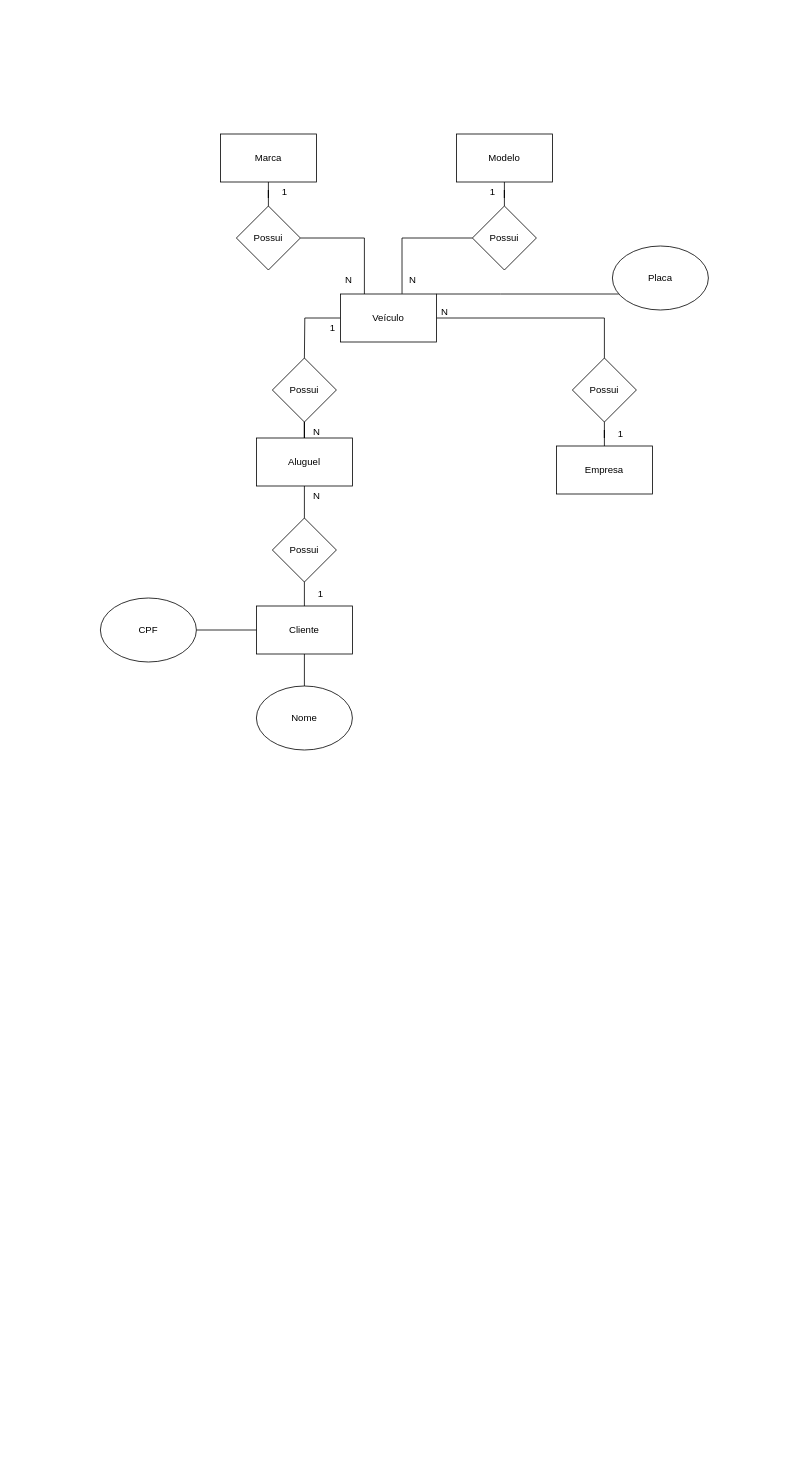
Above: BancoDeDados/Aula3-24-07-Atividade-ModeloEntidadeRelacionamento/1.2-exercicio-locadora/Atividade-02.drawio in AllanR1991/Senai-2SM (draw.io), before the change. Source tidied: cells renumbered, new cells numbered last; positions are measured from the earlier drawing's top-left corner, leaving out a move shared by most shapes. Both pictures are drawn from the tidied source at 80%, with x=0, y=0 at pixel (100, 134).
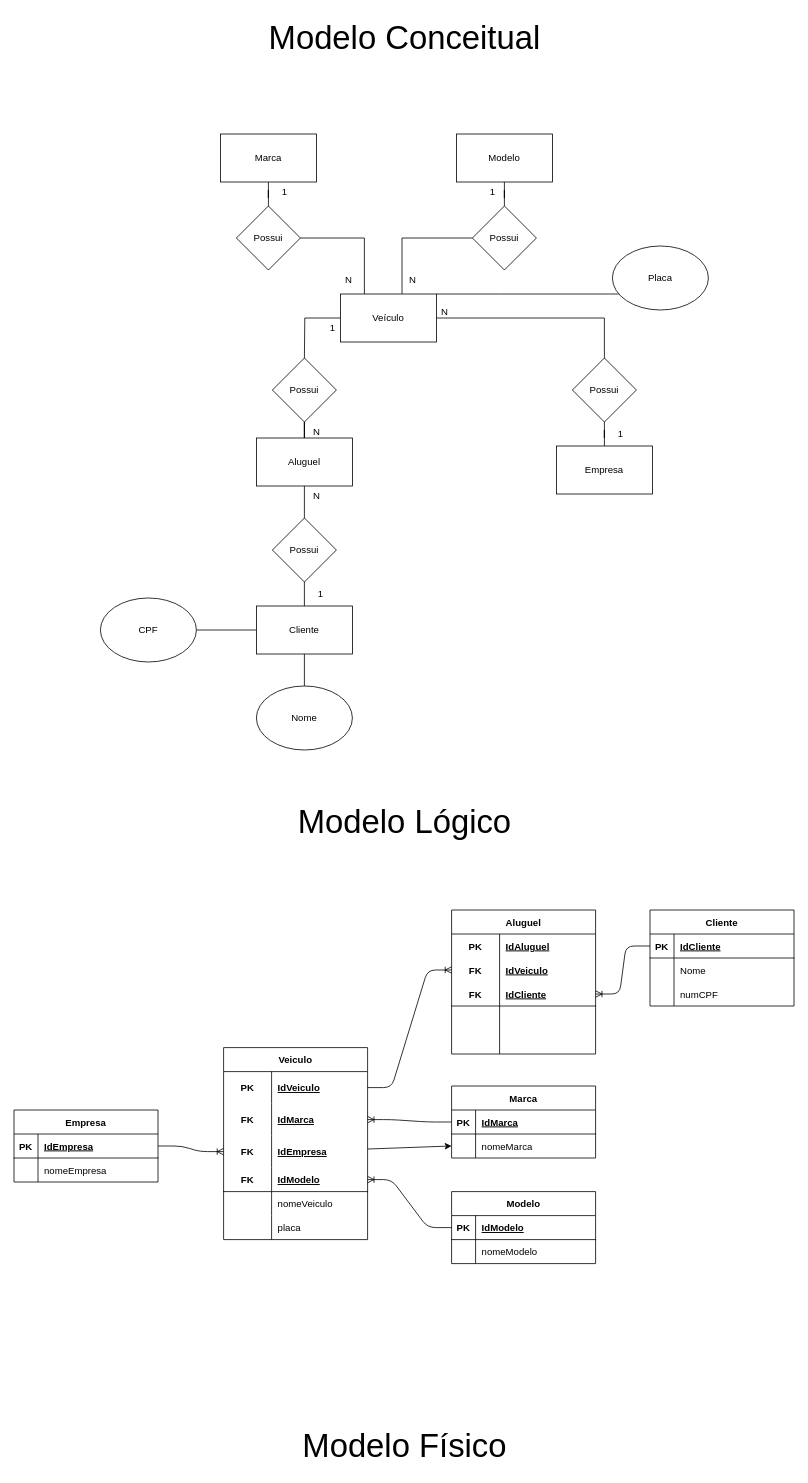
After the change.

Commit message (it also covers changes not shown here):
Inserindo Modelo logico e fisico

The edit, as a diff of the source:
```diff
@@
+    <mxCell id="39" value="Modelo Conceitual" style="text;html=1;align=center;verticalAlign=middle;strokeColor=none;fillColor=none;fontSize=41;" parent="1" vertex="1">
+      <mxGeometry x="200" y="-150" width="360" height="60" as="geometry" />
+    </mxCell>
+    <mxCell id="40" value="Modelo Lógico" style="text;html=1;align=center;verticalAlign=middle;strokeColor=none;fillColor=none;fontSize=41;" parent="1" vertex="1">
+      <mxGeometry x="235" y="830" width="290" height="60" as="geometry" />
+    </mxCell>
+    <mxCell id="41" value="Modelo Físico" style="text;html=1;align=center;verticalAlign=middle;strokeColor=none;fillColor=none;fontSize=41;" parent="1" vertex="1">
+      <mxGeometry x="240" y="1610" width="280" height="60" as="geometry" />
+    </mxCell>
+    <mxCell id="42" value="Cliente" style="shape=table;startSize=30;childLayout=tableLayout;rowLines=0;fontStyle=1;align=center;" parent="1" vertex="1">
+      <mxGeometry x="687" y="970" width="180" height="120" as="geometry" />
+    </mxCell>
+    <mxCell id="43" style="shape=tableRow;horizontal=0;startSize=0;swimlaneHead=0;swimlaneBody=0;fillColor=none;points=[[0,0.5],[1,0.5]];portConstraint=eastwest;top=0;left=0;right=0;bottom=1;" parent="42" vertex="1">
+      <mxGeometry y="30" width="180" height="30" as="geometry" />
+    </mxCell>
+    <mxCell id="44" value="PK" style="shape=partialRectangle;fillColor=none;top=0;left=0;bottom=0;right=0;fontStyle=1;overflow=hidden;" parent="43" vertex="1">
+      <mxGeometry width="30" height="30" as="geometry" />
+    </mxCell>
+    <mxCell id="45" value="IdCliente" style="shape=partialRectangle;fillColor=none;top=0;left=0;bottom=0;right=0;align=left;spacingLeft=6;fontStyle=5;overflow=hidden;" parent="43" vertex="1">
+      <mxGeometry x="30" width="150" height="30" as="geometry" />
+    </mxCell>
+    <mxCell id="46" style="shape=tableRow;horizontal=0;startSize=0;swimlaneHead=0;swimlaneBody=0;fillColor=none;top=0;left=0;right=0;bottom=0;" parent="42" vertex="1">
+      <mxGeometry y="60" width="180" height="30" as="geometry" />
+    </mxCell>
+    <mxCell id="47" style="shape=partialRectangle;fillColor=none;top=0;left=0;bottom=0;right=0;overflow=hidden;" parent="46" vertex="1">
+      <mxGeometry width="30" height="30" as="geometry" />
+    </mxCell>
+    <mxCell id="48" value="Nome" style="shape=partialRectangle;fillColor=none;top=0;left=0;bottom=0;right=0;align=left;spacingLeft=6;overflow=hidden;" parent="46" vertex="1">
+      <mxGeometry x="30" width="150" height="30" as="geometry" />
+    </mxCell>
+    <mxCell id="49" style="shape=tableRow;horizontal=0;startSize=0;swimlaneHead=0;swimlaneBody=0;fillColor=none;top=0;left=0;right=0;bottom=0;" parent="42" vertex="1">
+      <mxGeometry y="90" width="180" height="30" as="geometry" />
+    </mxCell>
+    <mxCell id="50" style="shape=partialRectangle;fillColor=none;top=0;left=0;bottom=0;right=0;overflow=hidden;" parent="49" vertex="1">
+      <mxGeometry width="30" height="30" as="geometry" />
+    </mxCell>
+    <mxCell id="51" value="numCPF" style="shape=partialRectangle;fillColor=none;top=0;left=0;bottom=0;right=0;align=left;spacingLeft=6;overflow=hidden;" parent="49" vertex="1">
+      <mxGeometry x="30" width="150" height="30" as="geometry" />
+    </mxCell>
+    <mxCell id="52" value="Marca" style="shape=table;startSize=30;childLayout=tableLayout;rowLines=0;fontStyle=1;align=center;" parent="1" vertex="1">
+      <mxGeometry x="439" y="1190" width="180" height="90" as="geometry" />
+    </mxCell>
+    <mxCell id="53" style="shape=tableRow;horizontal=0;startSize=0;swimlaneHead=0;swimlaneBody=0;fillColor=none;points=[[0,0.5],[1,0.5]];portConstraint=eastwest;top=0;left=0;right=0;bottom=1;" parent="52" vertex="1">
+      <mxGeometry y="30" width="180" height="30" as="geometry" />
+    </mxCell>
+    <mxCell id="54" value="PK" style="shape=partialRectangle;fillColor=none;top=0;left=0;bottom=0;right=0;fontStyle=1;overflow=hidden;" parent="53" vertex="1">
+      <mxGeometry width="30" height="30" as="geometry" />
+    </mxCell>
+    <mxCell id="55" value="IdMarca" style="shape=partialRectangle;fillColor=none;top=0;left=0;bottom=0;right=0;align=left;spacingLeft=6;fontStyle=5;overflow=hidden;" parent="53" vertex="1">
+      <mxGeometry x="30" width="150" height="30" as="geometry" />
+    </mxCell>
+    <mxCell id="56" style="shape=tableRow;horizontal=0;startSize=0;swimlaneHead=0;swimlaneBody=0;fillColor=none;points=[[0,0.5],[1,0.5]];portConstraint=eastwest;top=0;left=0;right=0;bottom=0;" parent="52" vertex="1">
+      <mxGeometry y="60" width="180" height="30" as="geometry" />
+    </mxCell>
+    <mxCell id="57" style="shape=partialRectangle;fillColor=none;top=0;left=0;bottom=0;right=0;overflow=hidden;" parent="56" vertex="1">
+      <mxGeometry width="30" height="30" as="geometry" />
+    </mxCell>
+    <mxCell id="58" value="nomeMarca" style="shape=partialRectangle;fillColor=none;top=0;left=0;bottom=0;right=0;align=left;spacingLeft=6;overflow=hidden;" parent="56" vertex="1">
+      <mxGeometry x="30" width="150" height="30" as="geometry" />
+    </mxCell>
+    <mxCell id="59" value="Modelo" style="shape=table;startSize=30;childLayout=tableLayout;rowLines=0;fontStyle=1;align=center;" parent="1" vertex="1">
+      <mxGeometry x="439" y="1322" width="180" height="90" as="geometry" />
+    </mxCell>
+    <mxCell id="60" style="shape=tableRow;horizontal=0;startSize=0;swimlaneHead=0;swimlaneBody=0;fillColor=none;points=[[0,0.5],[1,0.5]];portConstraint=eastwest;top=0;left=0;right=0;bottom=1;" parent="59" vertex="1">
+      <mxGeometry y="30" width="180" height="30" as="geometry" />
+    </mxCell>
+    <mxCell id="61" value="PK" style="shape=partialRectangle;fillColor=none;top=0;left=0;bottom=0;right=0;fontStyle=1;overflow=hidden;" parent="60" vertex="1">
+      <mxGeometry width="30" height="30" as="geometry" />
+    </mxCell>
+    <mxCell id="62" value="IdModelo" style="shape=partialRectangle;fillColor=none;top=0;left=0;bottom=0;right=0;align=left;spacingLeft=6;fontStyle=5;overflow=hidden;" parent="60" vertex="1">
+      <mxGeometry x="30" width="150" height="30" as="geometry" />
+    </mxCell>
+    <mxCell id="63" style="shape=tableRow;horizontal=0;startSize=0;swimlaneHead=0;swimlaneBody=0;fillColor=none;top=0;left=0;right=0;bottom=0;" parent="59" vertex="1">
+      <mxGeometry y="60" width="180" height="30" as="geometry" />
+    </mxCell>
+    <mxCell id="64" style="shape=partialRectangle;fillColor=none;top=0;left=0;bottom=0;right=0;overflow=hidden;" parent="63" vertex="1">
+      <mxGeometry width="30" height="30" as="geometry" />
+    </mxCell>
+    <mxCell id="65" value="nomeModelo" style="shape=partialRectangle;fillColor=none;top=0;left=0;bottom=0;right=0;align=left;spacingLeft=6;overflow=hidden;" parent="63" vertex="1">
+      <mxGeometry x="30" width="150" height="30" as="geometry" />
+    </mxCell>
+    <mxCell id="66" value="Veiculo" style="shape=table;startSize=30;childLayout=tableLayout;rowLines=0;fontStyle=1;align=center;" parent="1" vertex="1">
+      <mxGeometry x="154" y="1142" width="180" height="240" as="geometry" />
+    </mxCell>
+    <mxCell id="67" style="shape=tableRow;horizontal=0;startSize=0;swimlaneHead=0;swimlaneBody=0;fillColor=none;points=[[0,0.5],[1,0.5]];portConstraint=eastwest;top=0;left=0;right=0;bottom=0;" parent="66" vertex="1">
+      <mxGeometry y="30" width="180" height="40" as="geometry" />
+    </mxCell>
+    <mxCell id="68" value="PK" style="shape=partialRectangle;fillColor=none;top=0;left=0;bottom=0;right=0;fontStyle=1;overflow=hidden;" parent="67" vertex="1">
+      <mxGeometry width="60" height="40" as="geometry" />
+    </mxCell>
+    <mxCell id="69" value="IdVeiculo" style="shape=partialRectangle;fillColor=none;top=0;left=0;bottom=0;right=0;align=left;spacingLeft=6;fontStyle=5;overflow=hidden;" parent="67" vertex="1">
+      <mxGeometry x="60" width="120" height="40" as="geometry" />
+    </mxCell>
+    <mxCell id="70" style="shape=tableRow;horizontal=0;startSize=0;swimlaneHead=0;swimlaneBody=0;fillColor=none;points=[[0,0.5],[1,0.5]];portConstraint=eastwest;top=0;left=0;right=0;bottom=0;" parent="66" vertex="1">
+      <mxGeometry y="70" width="180" height="40" as="geometry" />
+    </mxCell>
+    <mxCell id="71" value="FK" style="shape=partialRectangle;fillColor=none;top=0;left=0;bottom=0;right=0;fontStyle=1;overflow=hidden;" parent="70" vertex="1">
+      <mxGeometry width="60" height="40" as="geometry" />
+    </mxCell>
+    <mxCell id="72" value="IdMarca" style="shape=partialRectangle;fillColor=none;top=0;left=0;bottom=0;right=0;align=left;spacingLeft=6;fontStyle=5;overflow=hidden;" parent="70" vertex="1">
+      <mxGeometry x="60" width="120" height="40" as="geometry" />
+    </mxCell>
+    <mxCell id="73" style="shape=tableRow;horizontal=0;startSize=0;swimlaneHead=0;swimlaneBody=0;fillColor=none;points=[[0,0.5],[1,0.5]];portConstraint=eastwest;top=0;left=0;right=0;bottom=0;" parent="66" vertex="1">
+      <mxGeometry y="110" width="180" height="40" as="geometry" />
+    </mxCell>
+    <mxCell id="74" value="FK" style="shape=partialRectangle;fillColor=none;top=0;left=0;bottom=0;right=0;fontStyle=1;overflow=hidden;" parent="73" vertex="1">
+      <mxGeometry width="60" height="40" as="geometry" />
+    </mxCell>
+    <mxCell id="75" value="IdEmpresa" style="shape=partialRectangle;fillColor=none;top=0;left=0;bottom=0;right=0;align=left;spacingLeft=6;fontStyle=5;overflow=hidden;" parent="73" vertex="1">
+      <mxGeometry x="60" width="120" height="40" as="geometry" />
+    </mxCell>
+    <mxCell id="76" style="shape=tableRow;horizontal=0;startSize=0;swimlaneHead=0;swimlaneBody=0;fillColor=none;points=[[0,0.5],[1,0.5]];portConstraint=eastwest;top=0;left=0;right=0;bottom=1;" parent="66" vertex="1">
+      <mxGeometry y="150" width="180" height="30" as="geometry" />
+    </mxCell>
+    <mxCell id="77" value="FK" style="shape=partialRectangle;fillColor=none;top=0;left=0;bottom=0;right=0;fontStyle=1;overflow=hidden;" parent="76" vertex="1">
+      <mxGeometry width="60" height="30" as="geometry" />
+    </mxCell>
+    <mxCell id="78" value="IdModelo" style="shape=partialRectangle;fillColor=none;top=0;left=0;bottom=0;right=0;align=left;spacingLeft=6;fontStyle=5;overflow=hidden;" parent="76" vertex="1">
+      <mxGeometry x="60" width="120" height="30" as="geometry" />
+    </mxCell>
+    <mxCell id="79" style="shape=tableRow;horizontal=0;startSize=0;swimlaneHead=0;swimlaneBody=0;fillColor=none;top=0;left=0;right=0;bottom=0;" parent="66" vertex="1">
+      <mxGeometry y="180" width="180" height="30" as="geometry" />
+    </mxCell>
+    <mxCell id="80" style="shape=partialRectangle;fillColor=none;top=0;left=0;bottom=0;right=0;overflow=hidden;" parent="79" vertex="1">
+      <mxGeometry width="60" height="30" as="geometry" />
+    </mxCell>
+    <mxCell id="81" value="nomeVeiculo" style="shape=partialRectangle;fillColor=none;top=0;left=0;bottom=0;right=0;align=left;spacingLeft=6;overflow=hidden;" parent="79" vertex="1">
+      <mxGeometry x="60" width="120" height="30" as="geometry" />
+    </mxCell>
+    <mxCell id="82" style="shape=tableRow;horizontal=0;startSize=0;swimlaneHead=0;swimlaneBody=0;fillColor=none;top=0;left=0;right=0;bottom=0;" parent="66" vertex="1">
+      <mxGeometry y="210" width="180" height="30" as="geometry" />
+    </mxCell>
+    <mxCell id="83" style="shape=partialRectangle;fillColor=none;top=0;left=0;bottom=0;right=0;overflow=hidden;" parent="82" vertex="1">
+      <mxGeometry width="60" height="30" as="geometry" />
+    </mxCell>
+    <mxCell id="84" value="placa" style="shape=partialRectangle;fillColor=none;top=0;left=0;bottom=0;right=0;align=left;spacingLeft=6;overflow=hidden;" parent="82" vertex="1">
+      <mxGeometry x="60" width="120" height="30" as="geometry" />
+    </mxCell>
+    <mxCell id="85" value="Empresa" style="shape=table;startSize=30;childLayout=tableLayout;rowLines=0;fontStyle=1;align=center;" parent="1" vertex="1">
+      <mxGeometry x="-108" y="1220" width="180" height="90" as="geometry" />
+    </mxCell>
+    <mxCell id="86" style="shape=tableRow;horizontal=0;startSize=0;swimlaneHead=0;swimlaneBody=0;fillColor=none;points=[[0,0.5],[1,0.5]];portConstraint=eastwest;top=0;left=0;right=0;bottom=1;" parent="85" vertex="1">
+      <mxGeometry y="30" width="180" height="30" as="geometry" />
+    </mxCell>
+    <mxCell id="87" value="PK" style="shape=partialRectangle;fillColor=none;top=0;left=0;bottom=0;right=0;fontStyle=1;overflow=hidden;" parent="86" vertex="1">
+      <mxGeometry width="30" height="30" as="geometry" />
+    </mxCell>
+    <mxCell id="88" value="IdEmpresa" style="shape=partialRectangle;fillColor=none;top=0;left=0;bottom=0;right=0;align=left;spacingLeft=6;fontStyle=5;overflow=hidden;" parent="86" vertex="1">
+      <mxGeometry x="30" width="150" height="30" as="geometry" />
+    </mxCell>
+    <mxCell id="89" style="shape=tableRow;horizontal=0;startSize=0;swimlaneHead=0;swimlaneBody=0;fillColor=none;top=0;left=0;right=0;bottom=0;" parent="85" vertex="1">
+      <mxGeometry y="60" width="180" height="30" as="geometry" />
+    </mxCell>
+    <mxCell id="90" style="shape=partialRectangle;fillColor=none;top=0;left=0;bottom=0;right=0;overflow=hidden;" parent="89" vertex="1">
+      <mxGeometry width="30" height="30" as="geometry" />
+    </mxCell>
+    <mxCell id="91" value="nomeEmpresa" style="shape=partialRectangle;fillColor=none;top=0;left=0;bottom=0;right=0;align=left;spacingLeft=6;overflow=hidden;" parent="89" vertex="1">
+      <mxGeometry x="30" width="150" height="30" as="geometry" />
+    </mxCell>
+    <mxCell id="92" style="edgeStyle=entityRelationEdgeStyle;fontSize=12;html=1;endArrow=ERoneToMany;" parent="1" edge="1" source="86" target="73">
+      <mxGeometry relative="1" as="geometry" />
+    </mxCell>
+    <mxCell id="93" style="edgeStyle=entityRelationEdgeStyle;fontSize=12;html=1;endArrow=ERoneToMany;" parent="1" edge="1" source="60" target="76">
+      <mxGeometry relative="1" as="geometry" />
+    </mxCell>
+    <mxCell id="94" style="edgeStyle=entityRelationEdgeStyle;fontSize=12;html=1;endArrow=ERoneToMany;" parent="1" edge="1" source="53" target="70">
+      <mxGeometry relative="1" as="geometry" />
+    </mxCell>
+    <mxCell id="95" value="Aluguel" style="shape=table;startSize=30;childLayout=tableLayout;rowLines=0;fontStyle=1;align=center;" parent="1" vertex="1">
+      <mxGeometry x="439" y="970" width="180" height="180" as="geometry" />
+    </mxCell>
+    <mxCell id="96" style="shape=tableRow;horizontal=0;startSize=0;swimlaneHead=0;swimlaneBody=0;fillColor=none;top=0;left=0;right=0;bottom=0;" parent="95" vertex="1">
+      <mxGeometry y="30" width="180" height="30" as="geometry" />
+    </mxCell>
+    <mxCell id="97" value="PK" style="shape=partialRectangle;fillColor=none;top=0;left=0;bottom=0;right=0;fontStyle=1;overflow=hidden;" parent="96" vertex="1">
+      <mxGeometry width="60" height="30" as="geometry" />
+    </mxCell>
+    <mxCell id="98" value="IdAluguel" style="shape=partialRectangle;fillColor=none;top=0;left=0;bottom=0;right=0;align=left;spacingLeft=6;fontStyle=5;overflow=hidden;" parent="96" vertex="1">
+      <mxGeometry x="60" width="120" height="30" as="geometry" />
+    </mxCell>
+    <mxCell id="99" style="shape=tableRow;horizontal=0;startSize=0;swimlaneHead=0;swimlaneBody=0;fillColor=none;points=[[0,0.5],[1,0.5]];portConstraint=eastwest;top=0;left=0;right=0;bottom=0;" parent="95" vertex="1">
+      <mxGeometry y="60" width="180" height="30" as="geometry" />
+    </mxCell>
+    <mxCell id="100" value="FK" style="shape=partialRectangle;fillColor=none;top=0;left=0;bottom=0;right=0;fontStyle=1;overflow=hidden;" parent="99" vertex="1">
+      <mxGeometry width="60" height="30" as="geometry" />
+    </mxCell>
+    <mxCell id="101" value="IdVeiculo" style="shape=partialRectangle;fillColor=none;top=0;left=0;bottom=0;right=0;align=left;spacingLeft=6;fontStyle=5;overflow=hidden;" parent="99" vertex="1">
+      <mxGeometry x="60" width="120" height="30" as="geometry" />
+    </mxCell>
+    <mxCell id="102" style="shape=tableRow;horizontal=0;startSize=0;swimlaneHead=0;swimlaneBody=0;fillColor=none;points=[[0,0.5],[1,0.5]];portConstraint=eastwest;top=0;left=0;right=0;bottom=1;" parent="95" vertex="1">
+      <mxGeometry y="90" width="180" height="30" as="geometry" />
+    </mxCell>
+    <mxCell id="103" value="FK" style="shape=partialRectangle;fillColor=none;top=0;left=0;bottom=0;right=0;fontStyle=1;overflow=hidden;" parent="102" vertex="1">
+      <mxGeometry width="60" height="30" as="geometry" />
+    </mxCell>
+    <mxCell id="104" value="IdCliente" style="shape=partialRectangle;fillColor=none;top=0;left=0;bottom=0;right=0;align=left;spacingLeft=6;fontStyle=5;overflow=hidden;" parent="102" vertex="1">
+      <mxGeometry x="60" width="120" height="30" as="geometry" />
+    </mxCell>
+    <mxCell id="105" style="shape=tableRow;horizontal=0;startSize=0;swimlaneHead=0;swimlaneBody=0;fillColor=none;top=0;left=0;right=0;bottom=0;" parent="95" vertex="1">
+      <mxGeometry y="120" width="180" height="30" as="geometry" />
+    </mxCell>
+    <mxCell id="106" style="shape=partialRectangle;fillColor=none;top=0;left=0;bottom=0;right=0;overflow=hidden;" parent="105" vertex="1">
+      <mxGeometry width="60" height="30" as="geometry" />
+    </mxCell>
+    <mxCell id="107" style="shape=partialRectangle;fillColor=none;top=0;left=0;bottom=0;right=0;align=left;spacingLeft=6;overflow=hidden;" parent="105" vertex="1">
+      <mxGeometry x="60" width="120" height="30" as="geometry" />
+    </mxCell>
+    <mxCell id="108" style="shape=tableRow;horizontal=0;startSize=0;swimlaneHead=0;swimlaneBody=0;fillColor=none;top=0;left=0;right=0;bottom=0;" parent="95" vertex="1">
+      <mxGeometry y="150" width="180" height="30" as="geometry" />
+    </mxCell>
+    <mxCell id="109" style="shape=partialRectangle;fillColor=none;top=0;left=0;bottom=0;right=0;overflow=hidden;" parent="108" vertex="1">
+      <mxGeometry width="60" height="30" as="geometry" />
+    </mxCell>
+    <mxCell id="110" style="shape=partialRectangle;fillColor=none;top=0;left=0;bottom=0;right=0;align=left;spacingLeft=6;overflow=hidden;" parent="108" vertex="1">
+      <mxGeometry x="60" width="120" height="30" as="geometry" />
+    </mxCell>
+    <mxCell id="111" style="edgeStyle=entityRelationEdgeStyle;fontSize=12;html=1;endArrow=ERoneToMany;" parent="1" edge="1" source="67" target="99">
+      <mxGeometry relative="1" as="geometry" />
+    </mxCell>
+    <mxCell id="112" style="edgeStyle=entityRelationEdgeStyle;fontSize=12;html=1;endArrow=ERoneToMany;" parent="1" edge="1" source="43" target="102">
+      <mxGeometry relative="1" as="geometry" />
+    </mxCell>
+    <mxCell id="113" style="edgeStyle=none;html=1;entryX=0;entryY=0.5;entryDx=0;entryDy=0;" parent="1" edge="1" source="73" target="56">
+      <mxGeometry relative="1" as="geometry" />
+    </mxCell>
```
